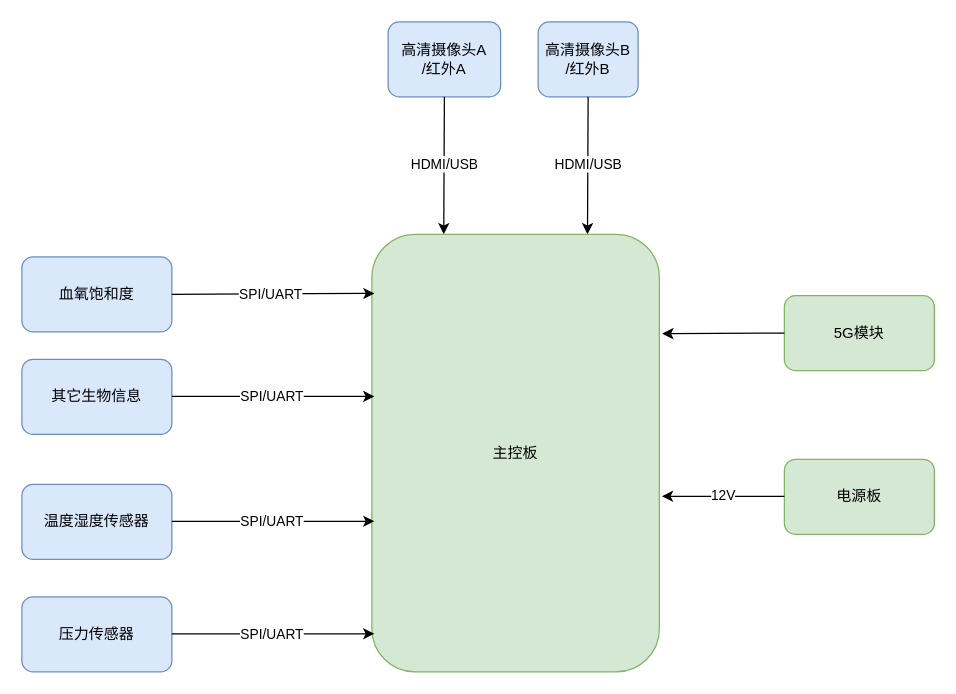
The draw.io diagram 关系.drawio in colinchern/doodle, before the edit. Source tidied: cells renumbered, new cells numbered last; positions are measured from the earlier drawing's top-left corner, leaving out a move shared by most shapes. Both pictures are drawn from the tidied source at 125%, with x=0, y=0 at pixel (21, 21).
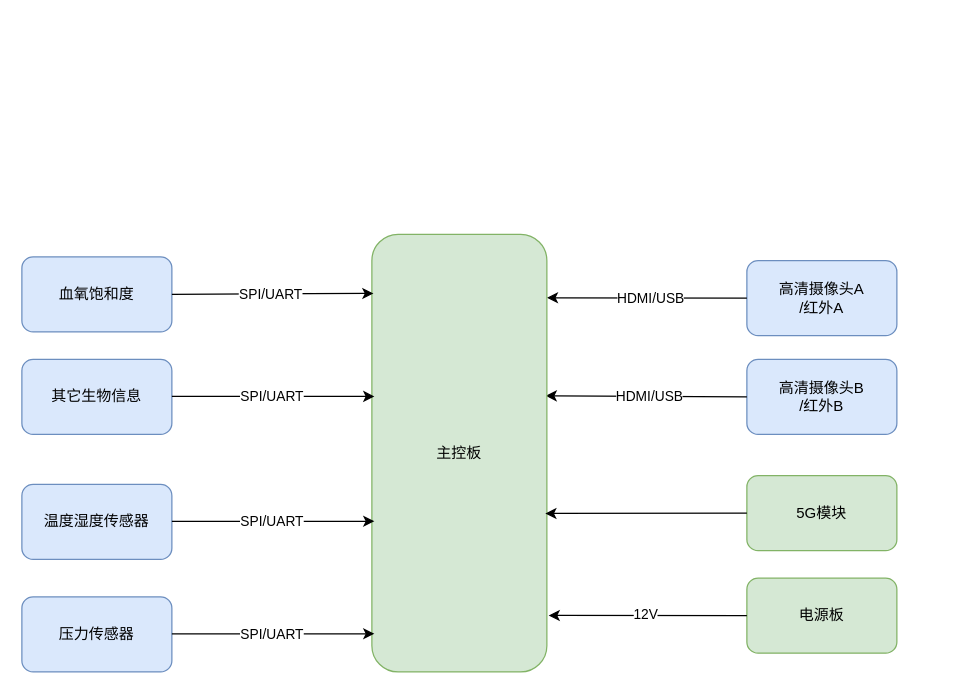
After the change.

Diff of the diagram source:
```diff
@@
     <mxCell id="2" value="高清摄像头B&lt;br&gt;/红外B" style="rounded=1;whiteSpace=wrap;html=1;fillColor=#dae8fc;strokeColor=#6c8ebf;" parent="1" vertex="1">
-      <mxGeometry x="413" width="80" height="60" as="geometry" />
+      <mxGeometry x="580" y="270" width="120" height="60" as="geometry" />
     </mxCell>
     <mxCell id="3" value="高清摄像头A&lt;br&gt;/红外A" style="rounded=1;whiteSpace=wrap;html=1;fillColor=#dae8fc;strokeColor=#6c8ebf;" parent="1" vertex="1">
-      <mxGeometry x="293" width="90" height="60" as="geometry" />
+      <mxGeometry x="580" y="191" width="120" height="60" as="geometry" />
     </mxCell>
@@
-    <mxCell id="6" style="endArrow=classic;html=1;rounded=0;exitX=0.5;exitY=1;exitDx=0;exitDy=0;entryX=0.75;entryY=0;entryDx=0;entryDy=0;" parent="1" edge="1" source="2" target="10">
+    <mxCell id="6" style="endArrow=classic;html=1;rounded=0;exitX=0;exitY=0.5;exitDx=0;exitDy=0;entryX=0.993;entryY=0.369;entryDx=0;entryDy=0;entryPerimeter=0;" parent="1" edge="1" source="2" target="10">
       <mxGeometry relative="1" as="geometry" />
     </mxCell>
@@
-    <mxCell id="8" style="endArrow=classic;html=1;rounded=0;exitX=0.5;exitY=1;exitDx=0;exitDy=0;entryX=0.25;entryY=0;entryDx=0;entryDy=0;" parent="1" edge="1" source="3" target="10">
+    <mxCell id="8" style="endArrow=classic;html=1;rounded=0;exitX=0;exitY=0.5;exitDx=0;exitDy=0;entryX=1;entryY=0.145;entryDx=0;entryDy=0;entryPerimeter=0;" parent="1" edge="1" source="3" target="10">
       <mxGeometry relative="1" as="geometry" />
     </mxCell>
@@
     <mxCell id="10" value="主控板" style="rounded=1;whiteSpace=wrap;html=1;fillColor=#d5e8d4;strokeColor=#82b366;" parent="1" vertex="1">
-      <mxGeometry x="280" y="170" width="230" height="350" as="geometry" />
+      <mxGeometry x="280" y="170" width="140" height="350" as="geometry" />
     </mxCell>
@@
     <mxCell id="21" value="5G模块" style="rounded=1;whiteSpace=wrap;html=1;fillColor=#d5e8d4;strokeColor=#82b366;" parent="1" vertex="1">
-      <mxGeometry x="610" y="219" width="120" height="60" as="geometry" />
+      <mxGeometry x="580" y="363" width="120" height="60" as="geometry" />
     </mxCell>
     <mxCell id="22" value="电源板" style="rounded=1;whiteSpace=wrap;html=1;fillColor=#d5e8d4;strokeColor=#82b366;" parent="1" vertex="1">
-      <mxGeometry x="610" y="350" width="120" height="60" as="geometry" />
+      <mxGeometry x="580" y="445" width="120" height="60" as="geometry" />
     </mxCell>
-    <mxCell id="23" style="endArrow=classic;html=1;rounded=0;exitX=0;exitY=0.5;exitDx=0;exitDy=0;entryX=1.01;entryY=0.227;entryDx=0;entryDy=0;entryPerimeter=0;" parent="1" edge="1" source="21" target="10">
+    <mxCell id="23" style="endArrow=classic;html=1;rounded=0;exitX=0;exitY=0.5;exitDx=0;exitDy=0;entryX=0.991;entryY=0.638;entryDx=0;entryDy=0;entryPerimeter=0;" parent="1" edge="1" source="21" target="10">
       <mxGeometry relative="1" as="geometry" />
     </mxCell>
-    <mxCell id="24" style="endArrow=classic;html=1;rounded=0;exitX=0;exitY=0.5;exitDx=0;exitDy=0;entryX=1.01;entryY=0.227;entryDx=0;entryDy=0;entryPerimeter=0;" parent="1" edge="1">
-      <mxGeometry relative="1" as="geometry">
-        <mxPoint x="610" y="379.5" as="sourcePoint" />
-        <mxPoint x="512" y="379.5" as="targetPoint" />
-      </mxGeometry>
+    <mxCell id="24" style="endArrow=classic;html=1;rounded=0;exitX=0;exitY=0.5;exitDx=0;exitDy=0;entryX=1.01;entryY=0.871;entryDx=0;entryDy=0;entryPerimeter=0;" parent="1" edge="1" source="22" target="10">
+      <mxGeometry relative="1" as="geometry" />
     </mxCell>
```
